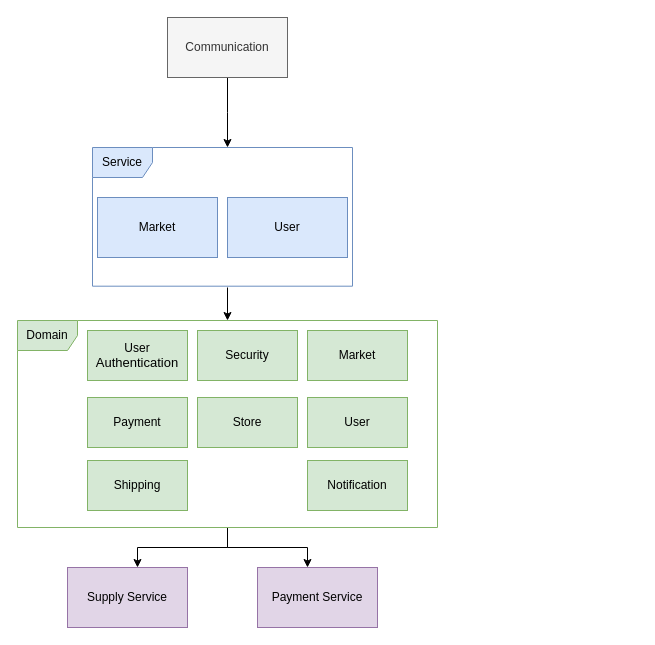
Above: page "system architecture" (2 of 2) of Artifacts/use_case.drawio in yanay94sun/Workshop (draw.io), before the change. Source tidied: cells renumbered, new cells numbered last; positions are measured from the earlier drawing's top-left corner, leaving out a move shared by most shapes. Both pictures are drawn from the tidied source at 100%, with x=0, y=0 at pixel (17, 17).
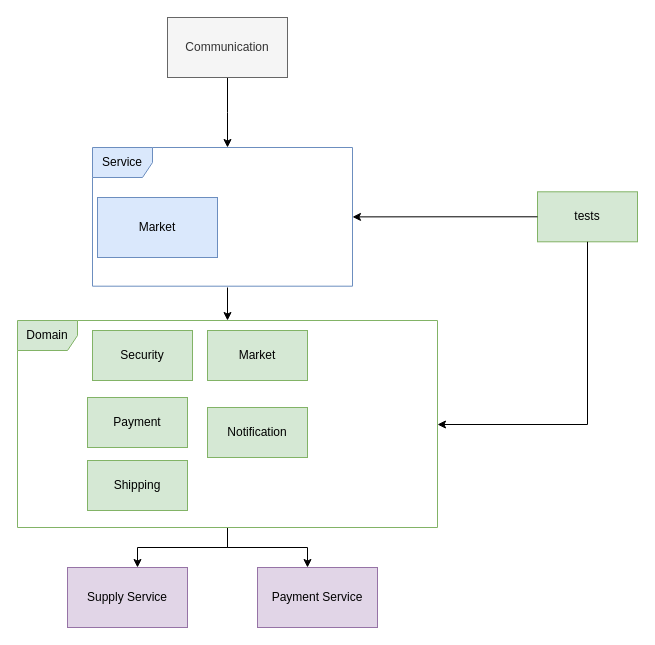
Above is the later version.

Unchanged cells that the change refers to:
```xml
<mxCell id="2" value="Service" style="shape=umlFrame;whiteSpace=wrap;html=1;fillColor=#dae8fc;strokeColor=#6c8ebf;swimlaneFillColor=none;shadow=0;sketch=0;" parent="1" vertex="1">
  <mxGeometry x="75" y="130" width="260" height="138.7" as="geometry" />
</mxCell>
<mxCell id="7" value="Domain" style="shape=umlFrame;whiteSpace=wrap;html=1;fillColor=#d5e8d4;strokeColor=#82b366;gradientColor=none;swimlaneFillColor=none;shadow=0;sketch=0;" parent="1" vertex="1">
  <mxGeometry y="303" width="420" height="207" as="geometry" />
</mxCell>
```

Change to the diagram source:
```diff
@@
     <mxCell id="8" value="Market" style="rounded=0;whiteSpace=wrap;html=1;fillColor=#d5e8d4;strokeColor=#82b366;" parent="1" vertex="1">
-      <mxGeometry x="290" y="313" width="100" height="50" as="geometry" />
+      <mxGeometry x="190" y="313" width="100" height="50" as="geometry" />
     </mxCell>
-    <mxCell id="9" value="Store" style="rounded=0;whiteSpace=wrap;html=1;fillColor=#d5e8d4;strokeColor=#82b366;" parent="1" vertex="1">
-      <mxGeometry x="180" y="380" width="100" height="50" as="geometry" />
-    </mxCell>
-    <mxCell id="10" value="User" style="rounded=0;whiteSpace=wrap;html=1;fillColor=#d5e8d4;strokeColor=#82b366;" parent="1" vertex="1">
-      <mxGeometry x="290" y="380" width="100" height="50" as="geometry" />
-    </mxCell>
@@
-    <mxCell id="15" value="User" style="rounded=0;whiteSpace=wrap;html=1;fillColor=#dae8fc;strokeColor=#6c8ebf;" parent="1" vertex="1">
-      <mxGeometry x="210" y="180" width="120" height="60" as="geometry" />
-    </mxCell>
     <mxCell id="16" value="Security" style="rounded=0;whiteSpace=wrap;html=1;fillColor=#d5e8d4;strokeColor=#82b366;" parent="1" vertex="1">
-      <mxGeometry x="180" y="313" width="100" height="50" as="geometry" />
+      <mxGeometry x="75" y="313" width="100" height="50" as="geometry" />
     </mxCell>
-    <mxCell id="17" value="User &lt;font style=&quot;font-size: 13px&quot;&gt;A&lt;span style=&quot;line-height: 107% ; font-family: &amp;#34;calibri&amp;#34; , sans-serif&quot;&gt;uthentication&lt;/span&gt;&lt;/font&gt;" style="rounded=0;whiteSpace=wrap;html=1;fillColor=#d5e8d4;strokeColor=#82b366;" parent="1" vertex="1">
-      <mxGeometry x="70" y="313" width="100" height="50" as="geometry" />
-    </mxCell>
@@
     <mxCell id="20" value="Notification" style="rounded=0;whiteSpace=wrap;html=1;fillColor=#d5e8d4;strokeColor=#82b366;" parent="1" vertex="1">
-      <mxGeometry x="290" y="443" width="100" height="50" as="geometry" />
+      <mxGeometry x="190" y="390" width="100" height="50" as="geometry" />
     </mxCell>
+    <mxCell id="21" value="tests" style="rounded=0;whiteSpace=wrap;html=1;fillColor=#d5e8d4;strokeColor=#82b366;" parent="1" vertex="1">
+      <mxGeometry x="520" y="174.3" width="100" height="50" as="geometry" />
+    </mxCell>
+    <mxCell id="22" style="edgeStyle=orthogonalEdgeStyle;rounded=0;jettySize=auto;html=1;" parent="1" edge="1" source="21" target="2">
+      <mxGeometry relative="1" as="geometry" />
+    </mxCell>
+    <mxCell id="23" style="edgeStyle=orthogonalEdgeStyle;rounded=0;jettySize=auto;html=1;" parent="1" edge="1" source="21" target="7">
+      <mxGeometry relative="1" as="geometry">
+        <Array as="points">
+          <mxPoint x="570" y="407" />
+        </Array>
+      </mxGeometry>
+    </mxCell>
```
